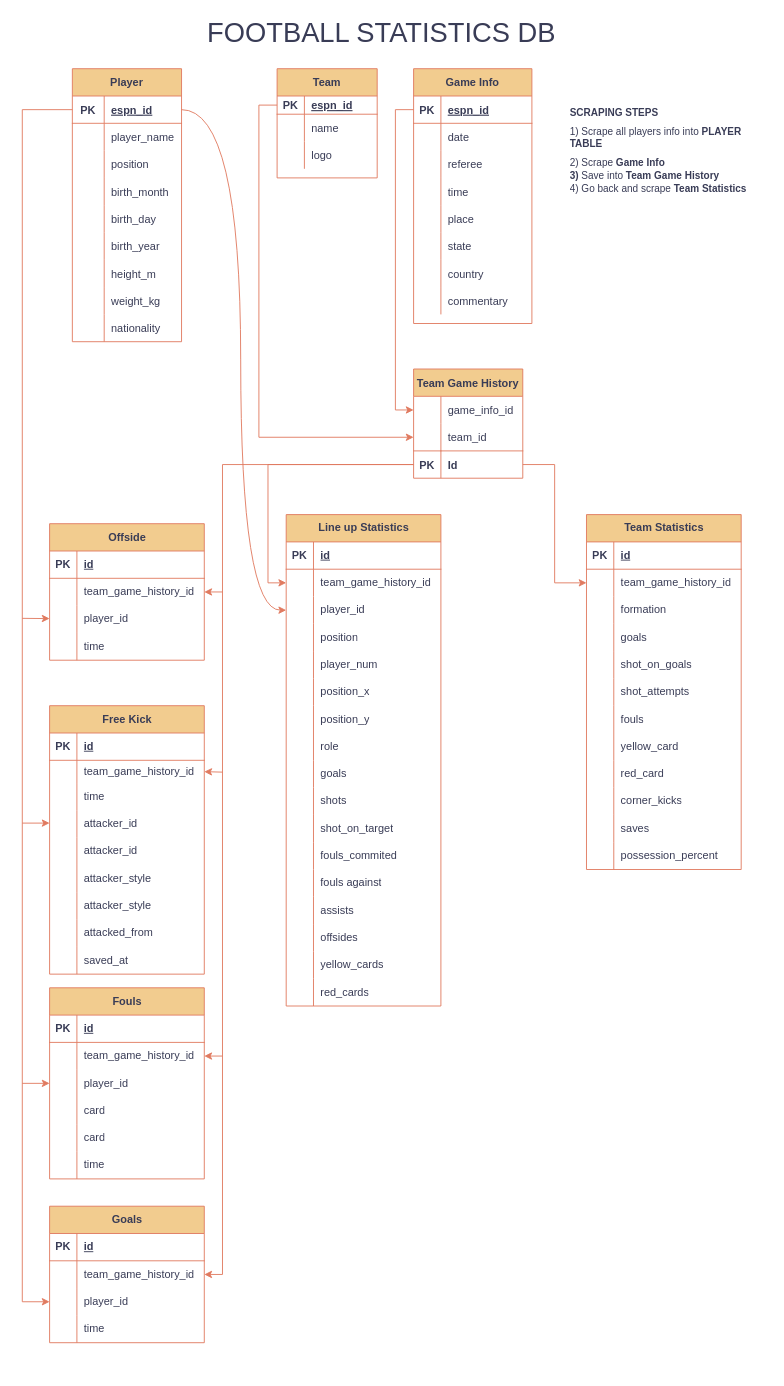
The draw.io diagram Untitled Diagram.drawio in DDstar1/espn, before the edit. Source tidied: cells renumbered, new cells numbered last; positions are measured from the earlier drawing's top-left corner, leaving out a move shared by most shapes. Both pictures are drawn from the tidied source at 91%, with x=0, y=0 at pixel (22, 18).
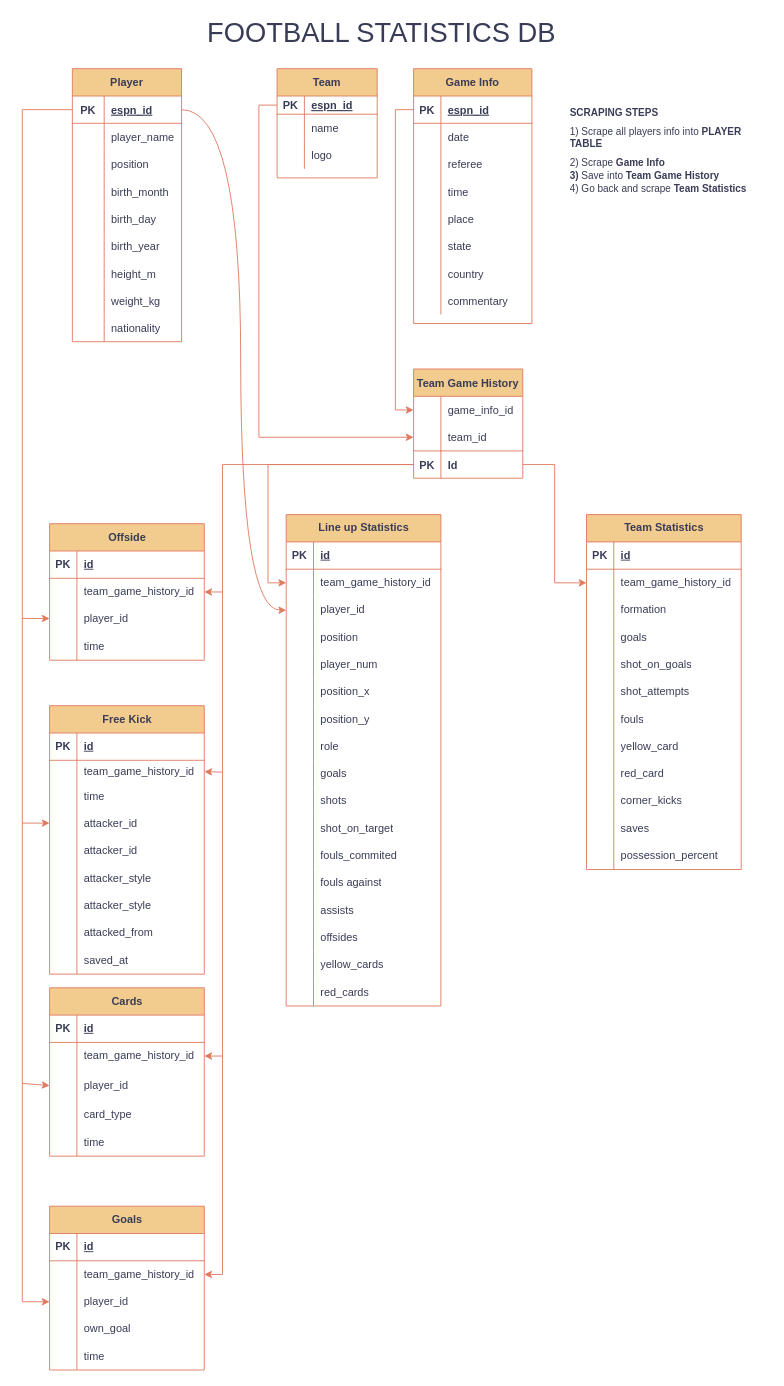
The same page after the edit.

The edit, as a diff of the source:
```diff
@@
     <mxCell id="84" value="Goals" style="shape=table;startSize=30;childLayout=tableLayout;rowLines=0;fontStyle=1;align=center;html=1;labelBackgroundColor=none;fillColor=#F2CC8F;strokeColor=#E07A5F;fontColor=#393C56;" parent="1" vertex="1">
-      <mxGeometry x="30" y="1305" width="170" height="150" as="geometry" />
+      <mxGeometry x="30" y="1305" width="170" height="180" as="geometry" />
     </mxCell>
@@
+    <mxCell id="253" style="shape=tableRow;horizontal=0;startSize=0;swimlaneHead=0;swimlaneBody=0;fillColor=none;top=0;left=0;right=0;bottom=0;labelBackgroundColor=none;strokeColor=#E07A5F;fontColor=#393C56;" parent="84" vertex="1">
+      <mxGeometry y="120" width="170" height="30" as="geometry" />
+    </mxCell>
+    <mxCell id="111" style="shape=partialRectangle;fillColor=none;top=0;left=0;bottom=0;right=0;overflow=hidden;whiteSpace=wrap;html=1;labelBackgroundColor=none;strokeColor=#E07A5F;fontColor=#393C56;" parent="253" vertex="1">
+      <mxGeometry width="30" height="30" as="geometry" />
+    </mxCell>
+    <mxCell id="254" value="own_goal" style="shape=partialRectangle;fillColor=none;top=0;left=0;bottom=0;right=0;align=left;spacingLeft=6;overflow=hidden;whiteSpace=wrap;html=1;labelBackgroundColor=none;strokeColor=#E07A5F;fontColor=#393C56;" parent="253" vertex="1">
+      <mxGeometry x="30" width="140" height="30" as="geometry" />
+    </mxCell>
     <mxCell id="94" style="shape=tableRow;horizontal=0;startSize=0;swimlaneHead=0;swimlaneBody=0;fillColor=none;top=0;left=0;right=0;bottom=0;labelBackgroundColor=none;strokeColor=#E07A5F;fontColor=#393C56;" parent="84" vertex="1">
-      <mxGeometry y="120" width="170" height="30" as="geometry" />
+      <mxGeometry y="150" width="170" height="30" as="geometry" />
     </mxCell>
@@
-    <mxCell id="97" value="Fouls" style="shape=table;startSize=30;childLayout=tableLayout;rowLines=0;fontStyle=1;align=center;html=1;labelBackgroundColor=none;fillColor=#F2CC8F;strokeColor=#E07A5F;fontColor=#393C56;" parent="1" vertex="1">
-      <mxGeometry x="30" y="1065" width="170" height="210" as="geometry" />
+    <mxCell id="97" value="Cards" style="shape=table;startSize=30;childLayout=tableLayout;rowLines=0;fontStyle=1;align=center;html=1;labelBackgroundColor=none;fillColor=#F2CC8F;strokeColor=#E07A5F;fontColor=#393C56;" parent="1" vertex="1">
+      <mxGeometry x="30" y="1065" width="170" height="185" as="geometry" />
     </mxCell>
@@
     <mxCell id="104" style="shape=tableRow;horizontal=0;startSize=0;swimlaneHead=0;swimlaneBody=0;fillColor=none;points=[[0,0.5],[1,0.5]];portConstraint=eastwest;top=0;left=0;right=0;bottom=0;labelBackgroundColor=none;strokeColor=#E07A5F;fontColor=#393C56;" parent="97" vertex="1">
-      <mxGeometry y="90" width="170" height="30" as="geometry" />
+      <mxGeometry y="90" width="170" height="35" as="geometry" />
     </mxCell>
     <mxCell id="105" style="shape=partialRectangle;fillColor=none;top=0;left=0;bottom=0;right=0;overflow=hidden;whiteSpace=wrap;html=1;labelBackgroundColor=none;strokeColor=#E07A5F;fontColor=#393C56;" parent="104" vertex="1">
-      <mxGeometry width="30" height="30" as="geometry" />
+      <mxGeometry width="30" height="35" as="geometry" />
     </mxCell>
     <mxCell id="106" value="player_id" style="shape=partialRectangle;fillColor=none;top=0;left=0;bottom=0;right=0;align=left;spacingLeft=6;overflow=hidden;whiteSpace=wrap;html=1;labelBackgroundColor=none;strokeColor=#E07A5F;fontColor=#393C56;" parent="104" vertex="1">
-      <mxGeometry x="30" width="140" height="30" as="geometry" />
+      <mxGeometry x="30" width="140" height="35" as="geometry" />
     </mxCell>
     <mxCell id="107" style="shape=tableRow;horizontal=0;startSize=0;swimlaneHead=0;swimlaneBody=0;fillColor=none;top=0;left=0;right=0;bottom=0;labelBackgroundColor=none;strokeColor=#E07A5F;fontColor=#393C56;" parent="97" vertex="1">
-      <mxGeometry y="120" width="170" height="30" as="geometry" />
+      <mxGeometry y="125" width="170" height="30" as="geometry" />
     </mxCell>
@@
-    <mxCell id="109" value="card" style="shape=partialRectangle;fillColor=none;top=0;left=0;bottom=0;right=0;align=left;spacingLeft=6;overflow=hidden;whiteSpace=wrap;html=1;labelBackgroundColor=none;strokeColor=#E07A5F;fontColor=#393C56;" parent="107" vertex="1">
+    <mxCell id="109" value="card_type" style="shape=partialRectangle;fillColor=none;top=0;left=0;bottom=0;right=0;align=left;spacingLeft=6;overflow=hidden;whiteSpace=wrap;html=1;labelBackgroundColor=none;strokeColor=#E07A5F;fontColor=#393C56;" parent="107" vertex="1">
       <mxGeometry x="30" width="140" height="30" as="geometry" />
     </mxCell>
-    <mxCell id="110" style="shape=tableRow;horizontal=0;startSize=0;swimlaneHead=0;swimlaneBody=0;fillColor=none;top=0;left=0;right=0;bottom=0;labelBackgroundColor=none;strokeColor=#E07A5F;fontColor=#393C56;" parent="97" vertex="1">
-      <mxGeometry y="150" width="170" height="30" as="geometry" />
-    </mxCell>
-    <mxCell id="111" style="shape=partialRectangle;fillColor=none;top=0;left=0;bottom=0;right=0;overflow=hidden;whiteSpace=wrap;html=1;labelBackgroundColor=none;strokeColor=#E07A5F;fontColor=#393C56;" parent="110" vertex="1">
-      <mxGeometry width="30" height="30" as="geometry" />
-    </mxCell>
-    <mxCell id="112" value="card" style="shape=partialRectangle;fillColor=none;top=0;left=0;bottom=0;right=0;align=left;spacingLeft=6;overflow=hidden;whiteSpace=wrap;html=1;labelBackgroundColor=none;strokeColor=#E07A5F;fontColor=#393C56;" parent="110" vertex="1">
-      <mxGeometry x="30" width="140" height="30" as="geometry" />
-    </mxCell>
     <mxCell id="113" style="shape=tableRow;horizontal=0;startSize=0;swimlaneHead=0;swimlaneBody=0;fillColor=none;top=0;left=0;right=0;bottom=0;labelBackgroundColor=none;strokeColor=#E07A5F;fontColor=#393C56;" parent="97" vertex="1">
-      <mxGeometry y="180" width="170" height="30" as="geometry" />
+      <mxGeometry y="155" width="170" height="30" as="geometry" />
     </mxCell>
```
